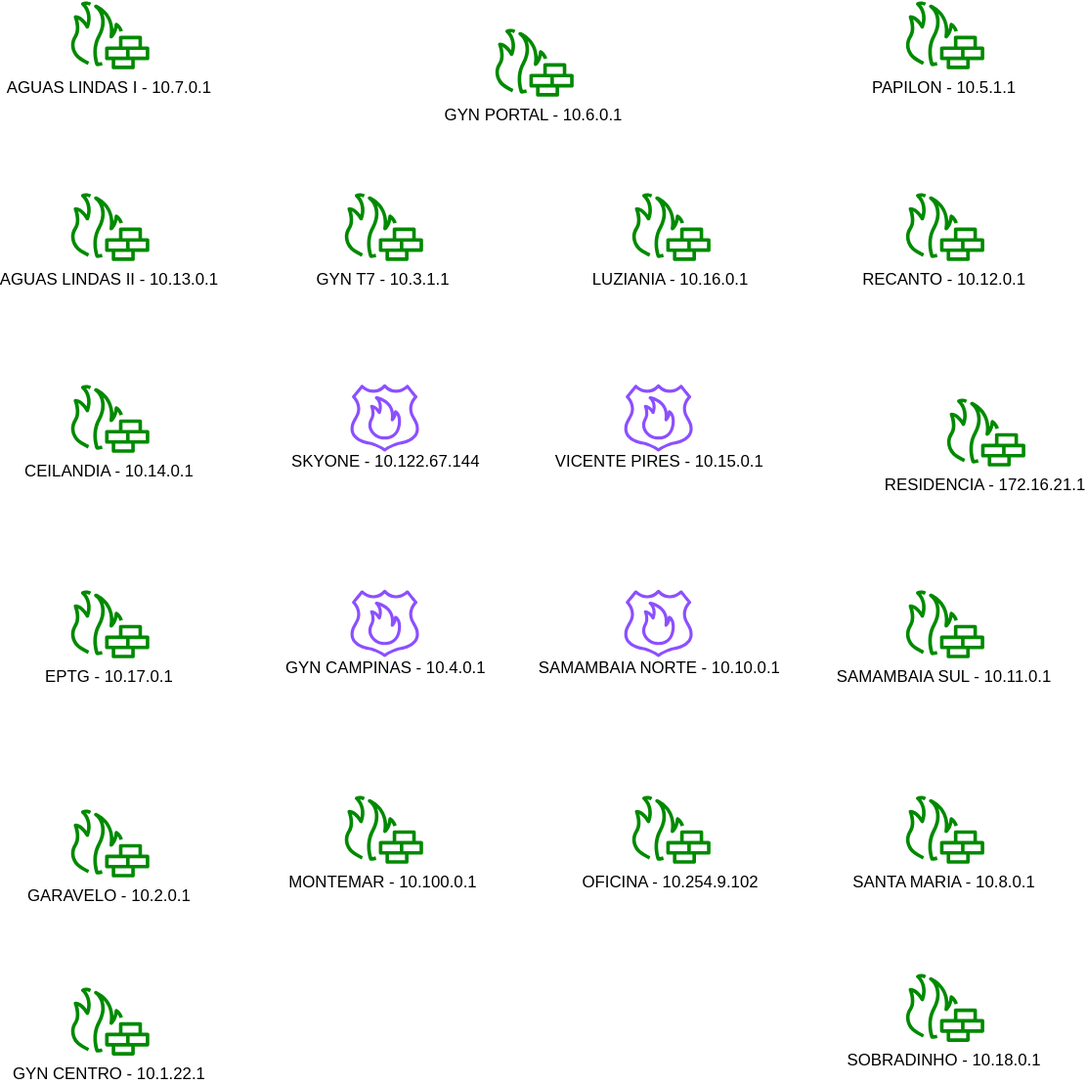
Before: Diagrama sem nome.drawio.svg, a diagram exported from draw.io (Trevoom/Laborat-rio). Source tidied: cells renumbered, new cells last; positions are measured from the earlier drawing's top-left corner, leaving out a move shared by most shapes.
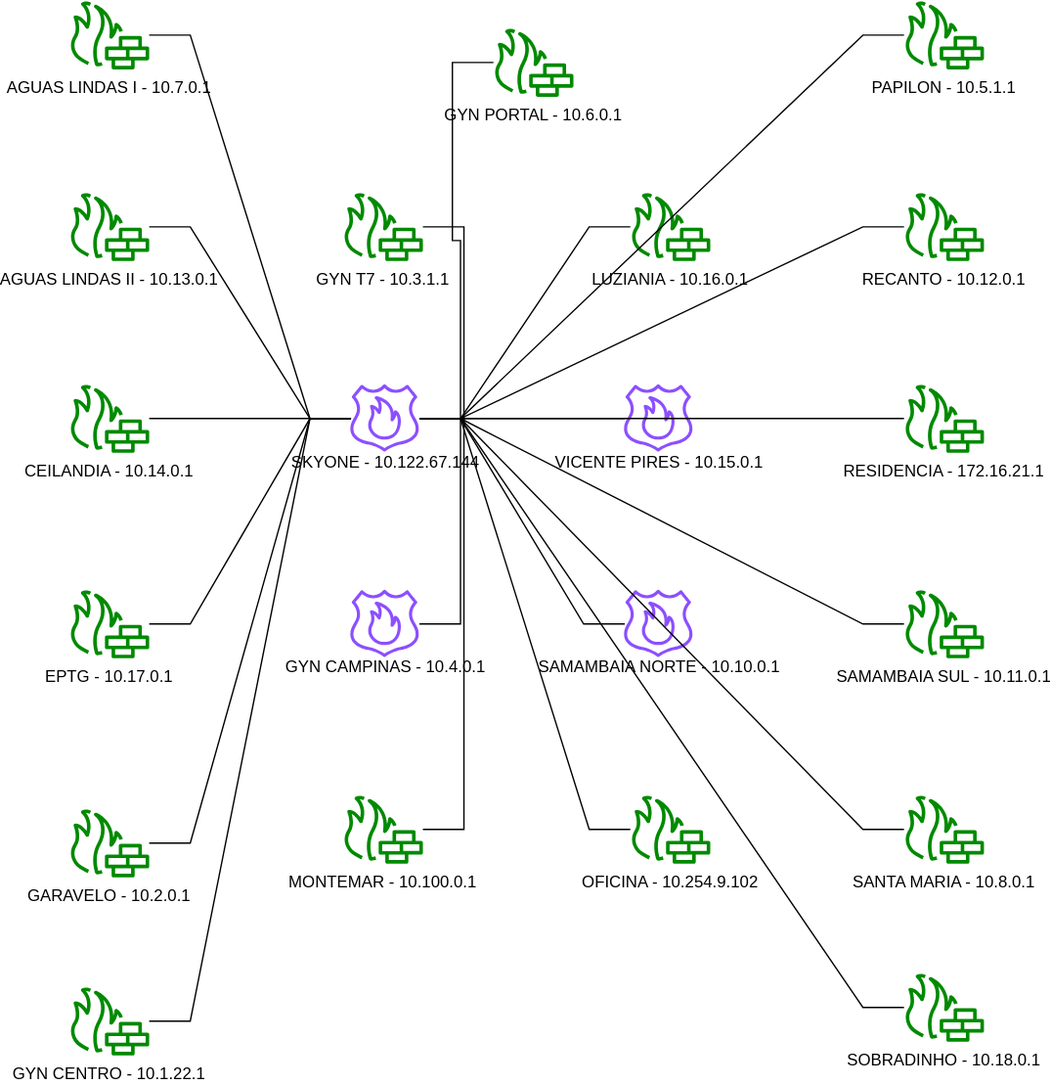
Later version of the same file.

Change to the diagram source:
```diff
@@ -17,15 +17,15 @@
     <mxCell id="6" value="    GYN  CAMPINAS - 10.4.0.1 " style="sketch=0;outlineConnect=0;gradientColor=none;fillColor=#8C4FFF;strokeColor=none;dashed=0;verticalLabelPosition=bottom;verticalAlign=middle;align=center;html=1;shape=mxgraph.aws4.route_53_resolver_dns_firewall;spacingTop=-36;" parent="2" vertex="1">
       <mxGeometry x="210" y="430" width="50" height="50" as="geometry" />
     </mxCell>
-    <mxCell id="7" value="    SAMAMBAIA  NORTE - 10.10.0.1 " style="sketch=0;outlineConnect=0;gradientColor=none;fillColor=#8C4FFF;strokeColor=none;dashed=0;verticalLabelPosition=bottom;verticalAlign=middle;align=center;html=1;shape=mxgraph.aws4.route_53_resolver_dns_firewall;spacingTop=-36;" parent="2" vertex="1">
-      <mxGeometry x="410" y="430" width="50" height="50" as="geometry" />
-    </mxCell>
     <mxCell id="8" value="CEILANDIA - 10.14.0.1" style="sketch=0;outlineConnect=0;fillColor=#008a00;strokeColor=#005700;dashed=0;verticalLabelPosition=bottom;verticalAlign=top;align=center;html=1;shape=mxgraph.aws4.generic_firewall;" parent="2" vertex="1">
       <mxGeometry y="280" width="66.6" height="50" as="geometry" />
     </mxCell>
     <mxCell id="9" value="    EPTG - 10.17.0.1 " style="sketch=0;outlineConnect=0;fillColor=#008a00;strokeColor=#005700;dashed=0;verticalLabelPosition=bottom;verticalAlign=top;align=center;html=1;shape=mxgraph.aws4.generic_firewall;" parent="2" vertex="1">
       <mxGeometry y="430" width="66.6" height="50" as="geometry" />
     </mxCell>
+    <mxCell id="7" value="    SAMAMBAIA  NORTE - 10.10.0.1 " style="sketch=0;outlineConnect=0;gradientColor=none;fillColor=#8C4FFF;strokeColor=none;dashed=0;verticalLabelPosition=bottom;verticalAlign=middle;align=center;html=1;shape=mxgraph.aws4.route_53_resolver_dns_firewall;spacingTop=-36;" parent="2" vertex="1">
+      <mxGeometry x="410" y="430" width="50" height="50" as="geometry" />
+    </mxCell>
     <mxCell id="10" value="    GARAVELO - 10.2.0.1 " style="sketch=0;outlineConnect=0;fillColor=#008a00;strokeColor=#005700;dashed=0;verticalLabelPosition=bottom;verticalAlign=top;align=center;html=1;shape=mxgraph.aws4.generic_firewall;" parent="2" vertex="1">
       <mxGeometry y="590" width="66.6" height="50" as="geometry" />
     </mxCell>
@@ -42,7 +42,7 @@
       <mxGeometry x="610" y="140" width="66.6" height="50" as="geometry" />
     </mxCell>
     <mxCell id="15" value="    RESIDENCIA -  172.16.21.1 " style="sketch=0;outlineConnect=0;fillColor=#008a00;strokeColor=#005700;dashed=0;verticalLabelPosition=bottom;verticalAlign=top;align=center;html=1;shape=mxgraph.aws4.generic_firewall;" parent="2" vertex="1">
-      <mxGeometry x="640" y="290" width="66.6" height="50" as="geometry" />
+      <mxGeometry x="610" y="280" width="66.6" height="50" as="geometry" />
     </mxCell>
     <mxCell id="16" value="    SAMAMBAIA SUL -  10.11.0.1 " style="sketch=0;outlineConnect=0;fillColor=#008a00;strokeColor=#005700;dashed=0;verticalLabelPosition=bottom;verticalAlign=top;align=center;html=1;shape=mxgraph.aws4.generic_firewall;" parent="2" vertex="1">
       <mxGeometry x="610" y="430" width="66.6" height="50" as="geometry" />
@@ -65,8 +65,68 @@
     <mxCell id="22" value="    LUZIANIA -  10.16.0.1 " style="sketch=0;outlineConnect=0;fillColor=#008a00;strokeColor=#005700;dashed=0;verticalLabelPosition=bottom;verticalAlign=top;align=center;html=1;shape=mxgraph.aws4.generic_firewall;" parent="2" vertex="1">
       <mxGeometry x="410" y="140" width="66.6" height="50" as="geometry" />
     </mxCell>
+    <mxCell id="24" style="edgeStyle=entityRelationEdgeStyle;rounded=0;jettySize=auto;html=1;fontFamily=Helvetica;fontSize=12;fontColor=#232F3E;fontStyle=0;endArrow=none;endFill=0;" parent="2" edge="1" source="23" target="4">
+      <mxGeometry relative="1" as="geometry" />
+    </mxCell>
     <mxCell id="23" value="    GYN PORTAL -  10.6.0.1 " style="sketch=0;outlineConnect=0;fillColor=#008a00;strokeColor=#005700;dashed=0;verticalLabelPosition=bottom;verticalAlign=top;align=center;html=1;shape=mxgraph.aws4.generic_firewall;" parent="2" vertex="1">
       <mxGeometry x="310" y="20" width="66.6" height="50" as="geometry" />
     </mxCell>
+    <mxCell id="25" style="edgeStyle=entityRelationEdgeStyle;rounded=0;jettySize=auto;html=1;fontFamily=Helvetica;fontSize=12;fontColor=#232F3E;fontStyle=0;endArrow=none;endFill=0;" parent="2" edge="1" source="3" target="4">
+      <mxGeometry relative="1" as="geometry" />
+    </mxCell>
+    <mxCell id="26" style="edgeStyle=entityRelationEdgeStyle;rounded=0;jettySize=auto;html=1;fontFamily=Helvetica;fontSize=12;fontColor=#232F3E;fontStyle=0;endArrow=none;endFill=0;" parent="2" edge="1" source="8" target="4">
+      <mxGeometry relative="1" as="geometry" />
+    </mxCell>
+    <mxCell id="27" style="edgeStyle=entityRelationEdgeStyle;rounded=0;jettySize=auto;html=1;fontFamily=Helvetica;fontSize=12;fontColor=#232F3E;fontStyle=0;endArrow=none;endFill=0;" parent="2" edge="1" source="9" target="4">
+      <mxGeometry relative="1" as="geometry" />
+    </mxCell>
+    <mxCell id="28" style="edgeStyle=entityRelationEdgeStyle;rounded=0;jettySize=auto;html=1;fontFamily=Helvetica;fontSize=12;fontColor=#232F3E;fontStyle=0;endArrow=none;endFill=0;" parent="2" edge="1" source="4" target="10">
+      <mxGeometry relative="1" as="geometry" />
+    </mxCell>
+    <mxCell id="29" style="edgeStyle=entityRelationEdgeStyle;rounded=0;jettySize=auto;html=1;fontFamily=Helvetica;fontSize=12;fontColor=#232F3E;fontStyle=0;endArrow=none;endFill=0;" parent="2" edge="1" source="4" target="12">
+      <mxGeometry relative="1" as="geometry" />
+    </mxCell>
+    <mxCell id="30" style="edgeStyle=entityRelationEdgeStyle;rounded=0;jettySize=auto;html=1;fontFamily=Helvetica;fontSize=12;fontColor=#232F3E;fontStyle=0;endArrow=none;endFill=0;" parent="2" edge="1" source="11" target="4">
+      <mxGeometry relative="1" as="geometry" />
+    </mxCell>
+    <mxCell id="31" style="edgeStyle=entityRelationEdgeStyle;rounded=0;jettySize=auto;html=1;fontFamily=Helvetica;fontSize=12;fontColor=#232F3E;fontStyle=0;endArrow=none;endFill=0;" parent="2" edge="1" source="22" target="4">
+      <mxGeometry relative="1" as="geometry" />
+    </mxCell>
+    <mxCell id="32" style="edgeStyle=entityRelationEdgeStyle;rounded=0;jettySize=auto;html=1;fontFamily=Helvetica;fontSize=12;fontColor=#232F3E;fontStyle=0;endArrow=none;endFill=0;" parent="2" edge="1" source="21" target="4">
+      <mxGeometry relative="1" as="geometry" />
+    </mxCell>
+    <mxCell id="33" style="edgeStyle=entityRelationEdgeStyle;rounded=0;jettySize=auto;html=1;fontFamily=Helvetica;fontSize=12;fontColor=#232F3E;fontStyle=0;endArrow=none;endFill=0;" parent="2" edge="1" source="13" target="4">
+      <mxGeometry relative="1" as="geometry" />
+    </mxCell>
+    <mxCell id="34" style="edgeStyle=entityRelationEdgeStyle;rounded=0;jettySize=auto;html=1;fontFamily=Helvetica;fontSize=12;fontColor=#232F3E;fontStyle=0;endArrow=none;endFill=0;" parent="2" edge="1" source="14" target="4">
+      <mxGeometry relative="1" as="geometry" />
+    </mxCell>
+    <mxCell id="35" style="edgeStyle=entityRelationEdgeStyle;rounded=0;jettySize=auto;html=1;fontFamily=Helvetica;fontSize=12;fontColor=#232F3E;fontStyle=0;endArrow=none;endFill=0;" parent="2" edge="1" source="15" target="4">
+      <mxGeometry relative="1" as="geometry" />
+    </mxCell>
+    <mxCell id="36" style="edgeStyle=entityRelationEdgeStyle;rounded=0;jettySize=auto;html=1;fontFamily=Helvetica;fontSize=12;fontColor=#232F3E;fontStyle=0;endArrow=none;endFill=0;" parent="2" edge="1" source="16" target="4">
+      <mxGeometry relative="1" as="geometry" />
+    </mxCell>
+    <mxCell id="37" style="edgeStyle=entityRelationEdgeStyle;rounded=0;jettySize=auto;html=1;fontFamily=Helvetica;fontSize=12;fontColor=#232F3E;fontStyle=0;endArrow=none;endFill=0;" parent="2" edge="1" source="17" target="4">
+      <mxGeometry relative="1" as="geometry" />
+    </mxCell>
+    <mxCell id="38" style="edgeStyle=entityRelationEdgeStyle;rounded=0;jettySize=auto;html=1;fontFamily=Helvetica;fontSize=12;fontColor=#232F3E;fontStyle=0;endArrow=none;endFill=0;" parent="2" edge="1" source="4" target="19">
+      <mxGeometry relative="1" as="geometry" />
+    </mxCell>
+    <mxCell id="39" style="edgeStyle=entityRelationEdgeStyle;rounded=0;jettySize=auto;html=1;fontFamily=Helvetica;fontSize=12;fontColor=#232F3E;fontStyle=0;endArrow=none;endFill=0;" parent="2" edge="1" source="4" target="18">
+      <mxGeometry relative="1" as="geometry" />
+    </mxCell>
+    <mxCell id="40" style="edgeStyle=entityRelationEdgeStyle;rounded=0;jettySize=auto;html=1;fontFamily=Helvetica;fontSize=12;fontColor=#232F3E;fontStyle=0;endArrow=none;endFill=0;" parent="2" edge="1" source="4" target="20">
+      <mxGeometry relative="1" as="geometry" />
+    </mxCell>
+    <mxCell id="41" style="edgeStyle=entityRelationEdgeStyle;rounded=0;jettySize=auto;html=1;fontFamily=Helvetica;fontSize=12;fontColor=#232F3E;fontStyle=0;endArrow=none;endFill=0;" parent="2" edge="1" source="4" target="6">
+      <mxGeometry relative="1" as="geometry" />
+    </mxCell>
+    <mxCell id="42" style="edgeStyle=entityRelationEdgeStyle;rounded=0;jettySize=auto;html=1;fontFamily=Helvetica;fontSize=12;fontColor=#232F3E;fontStyle=0;endArrow=none;endFill=0;" parent="2" edge="1" source="4" target="5">
+      <mxGeometry relative="1" as="geometry" />
+    </mxCell>
+    <mxCell id="43" style="edgeStyle=entityRelationEdgeStyle;rounded=0;jettySize=auto;html=1;fontFamily=Helvetica;fontSize=12;fontColor=#232F3E;fontStyle=0;endArrow=none;endFill=0;" parent="2" edge="1" source="4" target="7">
+      <mxGeometry relative="1" as="geometry" />
+    </mxCell>
   </root>
 </mxGraphModel>
```
